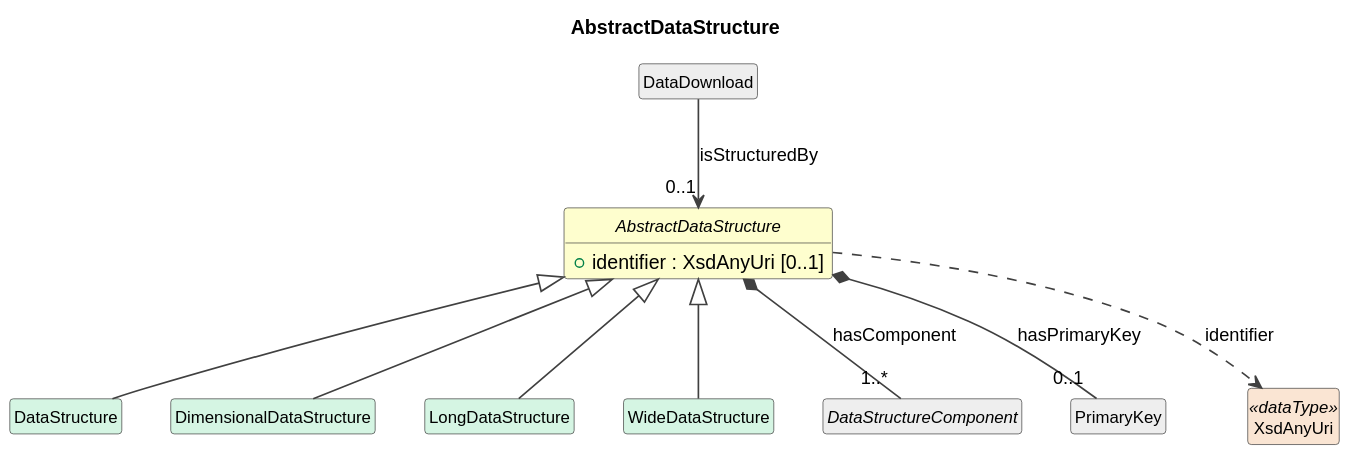
Above: cdif-uml-model/cdifDataStructure/Classes/AbstractDataStructure.svg in Cross-Domain-Interoperability-Framework/metadataBuildingBlocks (PlantUML), before the change. Source of this version:
```plantuml
@startuml
title AbstractDataStructure
hide circle
hide empty members
skinparam shadowing false
skinparam ArrowThickness 1.2
skinparam class {
  ArrowColor #404040
  BorderColor #404040
  FontSize 12
}

abstract class "AbstractDataStructure" as AbstractDataStructure #FEFECE {
  +identifier : XsdAnyUri [0..1]
}
class "DataStructure" as DataStructure #D5F5E3
AbstractDataStructure <|-- DataStructure
class "DimensionalDataStructure" as DimensionalDataStructure #D5F5E3
AbstractDataStructure <|-- DimensionalDataStructure
class "LongDataStructure" as LongDataStructure #D5F5E3
AbstractDataStructure <|-- LongDataStructure
class "WideDataStructure" as WideDataStructure #D5F5E3
AbstractDataStructure <|-- WideDataStructure
class "DataDownload" as DataDownload #EEEEEE
DataDownload --> "0..1" AbstractDataStructure : isStructuredBy
abstract class "DataStructureComponent" as DataStructureComponent #EEEEEE
AbstractDataStructure *-- "1..*" DataStructureComponent : hasComponent
class "PrimaryKey" as PrimaryKey #EEEEEE
AbstractDataStructure *-- "0..1" PrimaryKey : hasPrimaryKey
class "XsdAnyUri" as XsdAnyUri <<dataType>> #FAE5D3
AbstractDataStructure ..> XsdAnyUri : identifier
@enduml
```
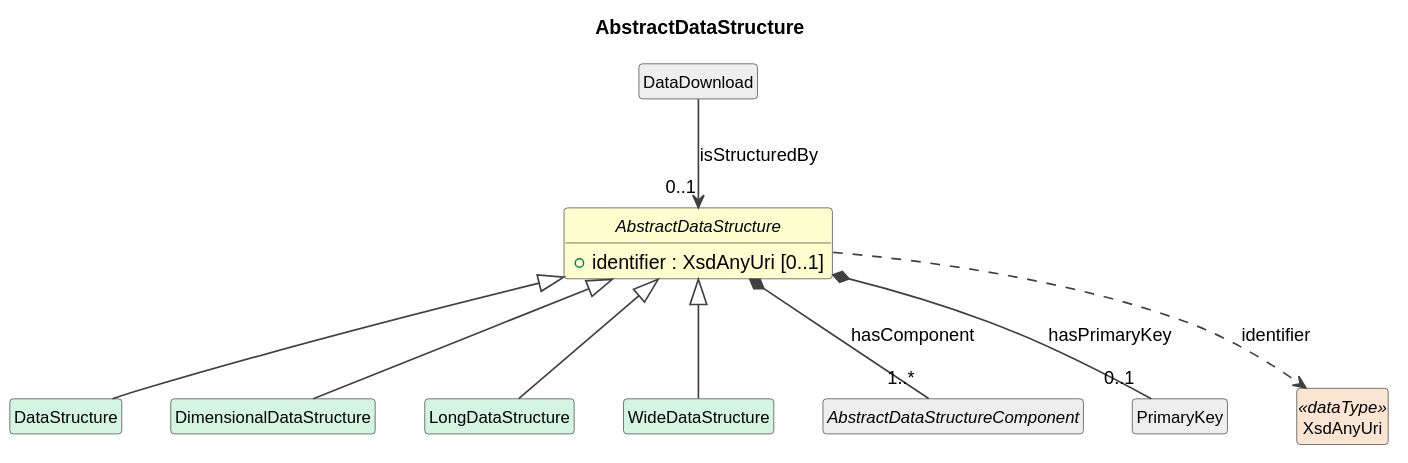
After the commit.

The edit, as a diff of the source:
```diff
@@ -23,8 +23,8 @@
 AbstractDataStructure <|-- WideDataStructure
 class "DataDownload" as DataDownload #EEEEEE
 DataDownload --> "0..1" AbstractDataStructure : isStructuredBy
-abstract class "DataStructureComponent" as DataStructureComponent #EEEEEE
-AbstractDataStructure *-- "1..*" DataStructureComponent : hasComponent
+abstract class "AbstractDataStructureComponent" as AbstractDataStructureComponent #EEEEEE
+AbstractDataStructure *-- "1..*" AbstractDataStructureComponent : hasComponent
 class "PrimaryKey" as PrimaryKey #EEEEEE
 AbstractDataStructure *-- "0..1" PrimaryKey : hasPrimaryKey
 class "XsdAnyUri" as XsdAnyUri <<dataType>> #FAE5D3
```
